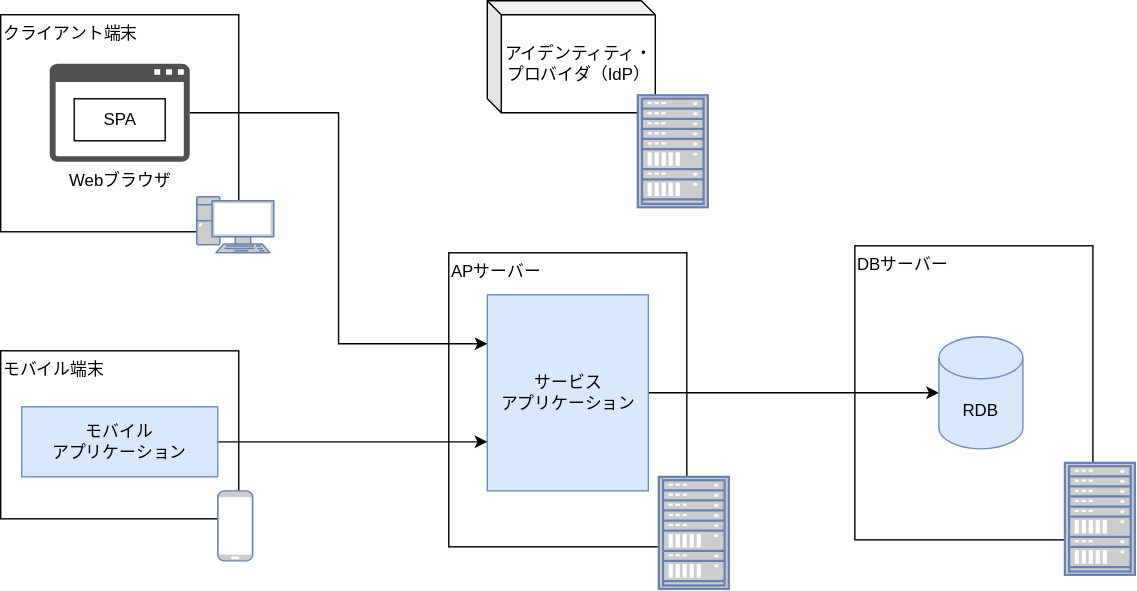
ws-4020/mobile-app-crib-notes keeps this draw.io diagram as docs/reference/auth/service-application-system-architecture-using-authn-service.svg. Above is the earlier version. Source tidied: cells renumbered, new cells last; positions are measured from the earlier drawing's top-left corner, leaving out a move shared by most shapes.
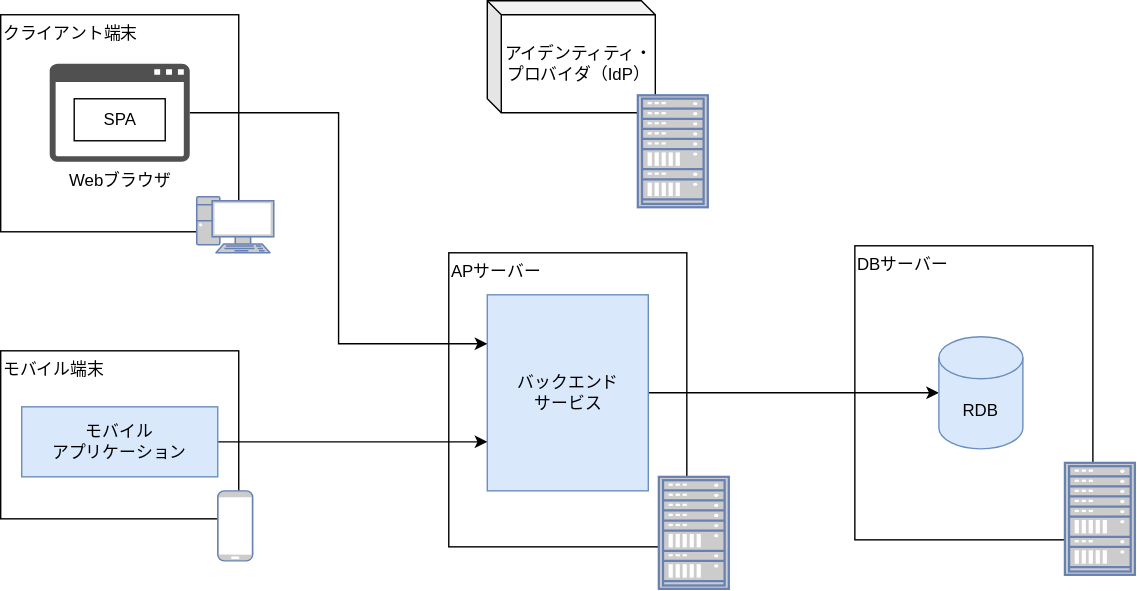
The same file after the commit.

Diff of the diagram source:
```diff
@@ -11,7 +11,7 @@
     <mxCell id="4" style="edgeStyle=orthogonalEdgeStyle;rounded=0;jettySize=auto;html=1;entryX=0;entryY=0.5;entryDx=0;entryDy=0;entryPerimeter=0;" parent="1" edge="1" source="5" target="6">
       <mxGeometry relative="1" as="geometry" />
     </mxCell>
-    <mxCell id="5" value="サービス&lt;br&gt;アプリケーション" style="rounded=0;whiteSpace=wrap;html=1;fillColor=#dae8fc;strokeColor=#6c8ebf;" parent="1" vertex="1">
+    <mxCell id="5" value="バックエンド&lt;br&gt;サービス" style="rounded=0;whiteSpace=wrap;html=1;fillColor=#dae8fc;strokeColor=#6c8ebf;" parent="1" vertex="1">
       <mxGeometry x="347.5" y="210" width="115" height="140" as="geometry" />
     </mxCell>
     <mxCell id="6" value="RDB" style="shape=cylinder3;whiteSpace=wrap;html=1;boundedLbl=1;backgroundOutline=1;size=15;align=center;fillColor=#dae8fc;strokeColor=#6c8ebf;" parent="1" vertex="1">
```
